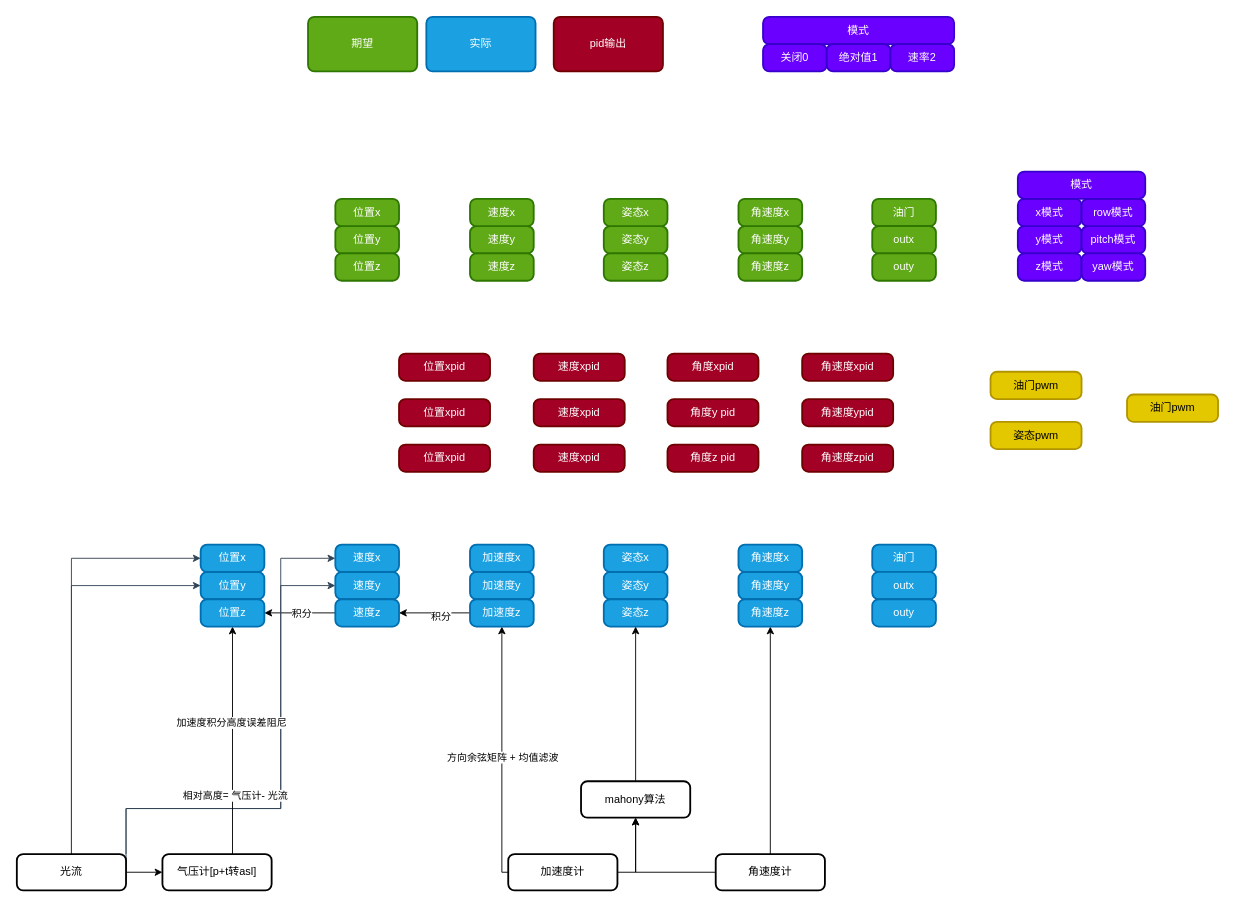
renxinlin/- keeps this draw.io diagram as fly.drawio. Above is the earlier version. Source tidied: cells renumbered, new cells numbered last; positions are measured from the earlier drawing's top-left corner, leaving out a move shared by most shapes. Both pictures are drawn from the tidied source at 91%, with x=0, y=0 at pixel (16, 16).
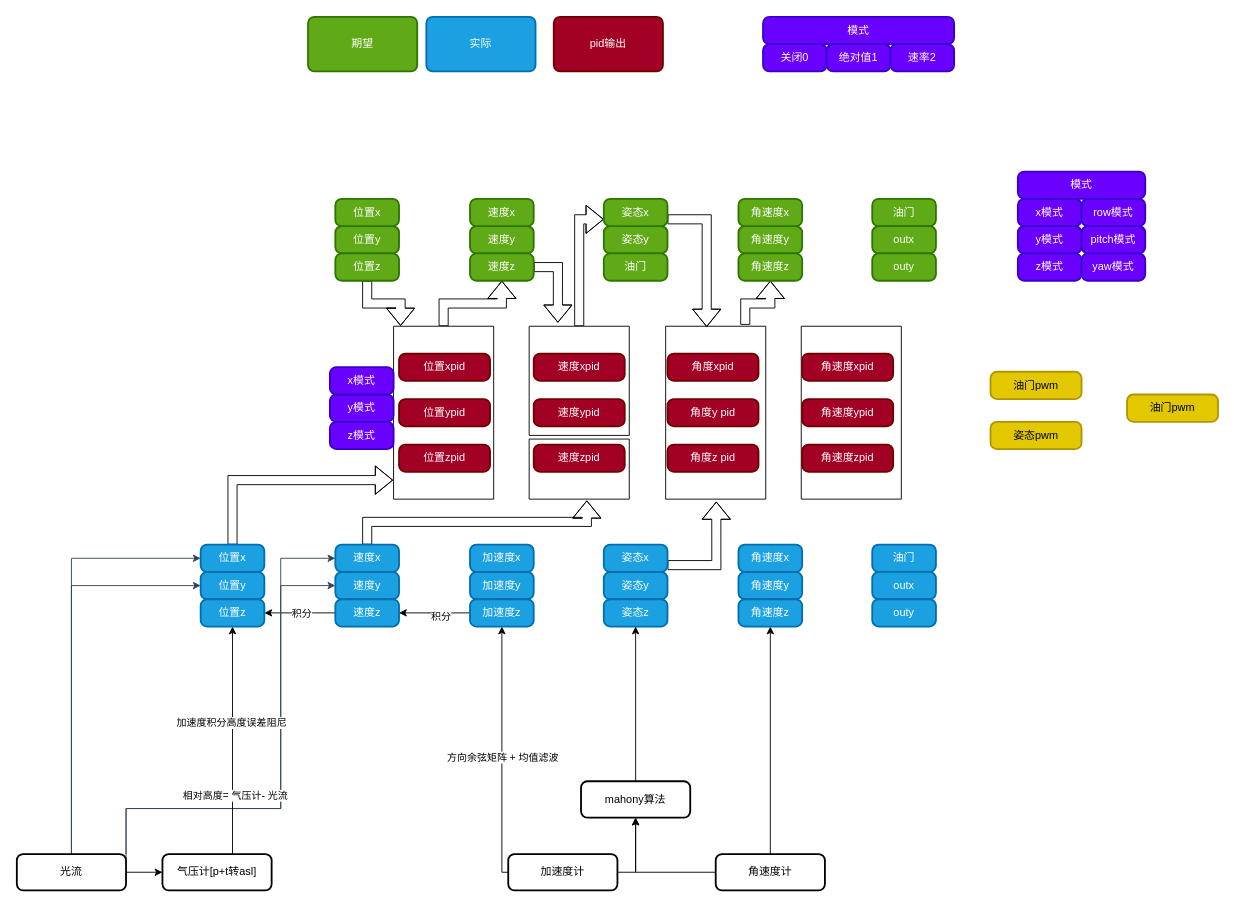
The same diagram, later.

The change refers to these unchanged cells:
```xml
<mxCell id="14" value="速度z" style="rounded=1;whiteSpace=wrap;html=1;absoluteArcSize=1;arcSize=14;strokeWidth=2;fillColor=#60a917;fontColor=#ffffff;strokeColor=#2D7600;" parent="1" vertex="1">
  <mxGeometry x="498" y="260" width="70" height="30" as="geometry" />
</mxCell>
<mxCell id="17" value="位置z" style="rounded=1;whiteSpace=wrap;html=1;absoluteArcSize=1;arcSize=14;strokeWidth=2;fillColor=#60a917;fontColor=#ffffff;strokeColor=#2D7600;" parent="1" vertex="1">
  <mxGeometry x="350" y="260" width="70" height="30" as="geometry" />
</mxCell>
<mxCell id="20" value="姿态x" style="rounded=1;whiteSpace=wrap;html=1;absoluteArcSize=1;arcSize=14;strokeWidth=2;fillColor=#60a917;fontColor=#ffffff;strokeColor=#2D7600;" parent="1" vertex="1">
  <mxGeometry x="645" y="200" width="70" height="30" as="geometry" />
</mxCell>
<mxCell id="22" value="角速度z" style="rounded=1;whiteSpace=wrap;html=1;absoluteArcSize=1;arcSize=14;strokeWidth=2;fillColor=#60a917;fontColor=#ffffff;strokeColor=#2D7600;" parent="1" vertex="1">
  <mxGeometry x="793" y="260" width="70" height="30" as="geometry" />
</mxCell>
<mxCell id="35" value="速度x" style="rounded=1;whiteSpace=wrap;html=1;absoluteArcSize=1;arcSize=14;strokeWidth=2;fillColor=#1ba1e2;fontColor=#ffffff;strokeColor=#006EAF;" parent="1" vertex="1">
  <mxGeometry x="350" y="580" width="70" height="30" as="geometry" />
</mxCell>
<mxCell id="38" value="姿态x" style="rounded=1;whiteSpace=wrap;html=1;absoluteArcSize=1;arcSize=14;strokeWidth=2;fillColor=#1ba1e2;fontColor=#ffffff;strokeColor=#006EAF;" parent="1" vertex="1">
  <mxGeometry x="645" y="580" width="70" height="30" as="geometry" />
</mxCell>
<mxCell id="59" value="位置x" style="rounded=1;whiteSpace=wrap;html=1;absoluteArcSize=1;arcSize=14;strokeWidth=2;fillColor=#1ba1e2;fontColor=#ffffff;strokeColor=#006EAF;" parent="1" vertex="1">
  <mxGeometry x="202" y="580" width="70" height="30" as="geometry" />
</mxCell>
```

What changed in the source:
```diff
@@
+    <mxCell id="87" style="verticalLabelPosition=bottom;verticalAlign=top;html=1;shape=mxgraph.basic.rect;fillColor2=none;strokeWidth=1;size=20;indent=5;" parent="1" vertex="1">
+      <mxGeometry x="563" y="464" width="110" height="66" as="geometry" />
+    </mxCell>
+    <mxCell id="88" style="edgeStyle=orthogonalEdgeStyle;shape=flexArrow;rounded=0;jettySize=auto;html=1;entryX=0.5;entryY=1;entryDx=0;entryDy=0;" parent="1" edge="1" source="89" target="14">
+      <mxGeometry relative="1" as="geometry" />
+    </mxCell>
+    <mxCell id="89" style="verticalLabelPosition=bottom;verticalAlign=top;html=1;shape=mxgraph.basic.rect;fillColor2=none;strokeWidth=1;size=20;indent=5;" parent="1" vertex="1">
+      <mxGeometry x="414" y="340" width="110" height="190" as="geometry" />
+    </mxCell>
+    <mxCell id="90" style="edgeStyle=orthogonalEdgeStyle;shape=flexArrow;rounded=0;jettySize=auto;html=1;entryX=0;entryY=0.75;entryDx=0;entryDy=0;" parent="1" edge="1" source="91" target="20">
+      <mxGeometry relative="1" as="geometry" />
+    </mxCell>
+    <mxCell id="91" style="verticalLabelPosition=bottom;verticalAlign=top;html=1;shape=mxgraph.basic.rect;fillColor2=none;strokeWidth=1;size=20;indent=5;" parent="1" vertex="1">
+      <mxGeometry x="563" y="340" width="110" height="120" as="geometry" />
+    </mxCell>
+    <mxCell id="92" style="edgeStyle=orthogonalEdgeStyle;shape=flexArrow;rounded=0;jettySize=auto;html=1;entryX=0.5;entryY=1;entryDx=0;entryDy=0;exitX=0.795;exitY=-0.008;exitDx=0;exitDy=0;exitPerimeter=0;" parent="1" edge="1" source="93" target="22">
+      <mxGeometry relative="1" as="geometry" />
+    </mxCell>
+    <mxCell id="93" style="verticalLabelPosition=bottom;verticalAlign=top;html=1;shape=mxgraph.basic.rect;fillColor2=none;strokeWidth=1;size=20;indent=5;" parent="1" vertex="1">
+      <mxGeometry x="713" y="340" width="110" height="190" as="geometry" />
+    </mxCell>
+    <mxCell id="94" style="verticalLabelPosition=bottom;verticalAlign=top;html=1;shape=mxgraph.basic.rect;fillColor2=none;strokeWidth=1;size=20;indent=5;" parent="1" vertex="1">
+      <mxGeometry x="862" y="340" width="110" height="190" as="geometry" />
+    </mxCell>
@@
+    <mxCell id="95" style="edgeStyle=orthogonalEdgeStyle;shape=flexArrow;rounded=0;jettySize=auto;html=1;exitX=1;exitY=0.5;exitDx=0;exitDy=0;entryX=0.287;entryY=-0.032;entryDx=0;entryDy=0;entryPerimeter=0;" parent="1" edge="1" source="14" target="91">
+      <mxGeometry relative="1" as="geometry" />
+    </mxCell>
@@
+    <mxCell id="96" style="edgeStyle=orthogonalEdgeStyle;shape=flexArrow;rounded=0;jettySize=auto;html=1;exitX=0.5;exitY=1;exitDx=0;exitDy=0;entryX=0.07;entryY=-0.002;entryDx=0;entryDy=0;entryPerimeter=0;" parent="1" edge="1" source="17" target="89">
+      <mxGeometry relative="1" as="geometry" />
+    </mxCell>
@@
-    <mxCell id="19" value="姿态z" style="rounded=1;whiteSpace=wrap;html=1;absoluteArcSize=1;arcSize=14;strokeWidth=2;fillColor=#60a917;fontColor=#ffffff;strokeColor=#2D7600;" parent="1" vertex="1">
+    <mxCell id="19" value="油门" style="rounded=1;whiteSpace=wrap;html=1;absoluteArcSize=1;arcSize=14;strokeWidth=2;fillColor=#60a917;fontColor=#ffffff;strokeColor=#2D7600;" parent="1" vertex="1">
       <mxGeometry x="645" y="260" width="70" height="30" as="geometry" />
     </mxCell>
+    <mxCell id="97" style="edgeStyle=orthogonalEdgeStyle;shape=flexArrow;rounded=0;jettySize=auto;html=1;exitX=1;exitY=0.75;exitDx=0;exitDy=0;entryX=0.41;entryY=0.004;entryDx=0;entryDy=0;entryPerimeter=0;" parent="1" edge="1" source="20" target="93">
+      <mxGeometry relative="1" as="geometry" />
+    </mxCell>
@@
+    <mxCell id="98" style="edgeStyle=orthogonalEdgeStyle;shape=flexArrow;rounded=0;jettySize=auto;html=1;exitX=0.5;exitY=0;exitDx=0;exitDy=0;entryX=0.576;entryY=1.021;entryDx=0;entryDy=0;entryPerimeter=0;" parent="1" edge="1" source="35" target="87">
+      <mxGeometry relative="1" as="geometry" />
+    </mxCell>
@@
+    <mxCell id="99" style="edgeStyle=orthogonalEdgeStyle;shape=flexArrow;rounded=0;jettySize=auto;html=1;exitX=1;exitY=0.75;exitDx=0;exitDy=0;entryX=0.506;entryY=1.014;entryDx=0;entryDy=0;entryPerimeter=0;" parent="1" edge="1" source="38" target="93">
+      <mxGeometry relative="1" as="geometry" />
+    </mxCell>
@@
+    <mxCell id="100" style="edgeStyle=orthogonalEdgeStyle;shape=flexArrow;rounded=0;jettySize=auto;html=1;exitX=0.5;exitY=0;exitDx=0;exitDy=0;entryX=-0.005;entryY=0.89;entryDx=0;entryDy=0;entryPerimeter=0;" parent="1" edge="1" source="59" target="89">
+      <mxGeometry relative="1" as="geometry" />
+    </mxCell>
@@
-    <mxCell id="68" value="位置xpid" style="rounded=1;whiteSpace=wrap;html=1;absoluteArcSize=1;arcSize=14;strokeWidth=2;fillColor=#a20025;fontColor=#ffffff;strokeColor=#6F0000;" parent="1" vertex="1">
+    <mxCell id="68" value="位置ypid" style="rounded=1;whiteSpace=wrap;html=1;absoluteArcSize=1;arcSize=14;strokeWidth=2;fillColor=#a20025;fontColor=#ffffff;strokeColor=#6F0000;" parent="1" vertex="1">
       <mxGeometry x="420" y="420" width="100" height="30" as="geometry" />
     </mxCell>
-    <mxCell id="69" value="位置xpid" style="rounded=1;whiteSpace=wrap;html=1;absoluteArcSize=1;arcSize=14;strokeWidth=2;fillColor=#a20025;fontColor=#ffffff;strokeColor=#6F0000;" parent="1" vertex="1">
+    <mxCell id="69" value="位置zpid" style="rounded=1;whiteSpace=wrap;html=1;absoluteArcSize=1;arcSize=14;strokeWidth=2;fillColor=#a20025;fontColor=#ffffff;strokeColor=#6F0000;" parent="1" vertex="1">
       <mxGeometry x="420" y="470" width="100" height="30" as="geometry" />
     </mxCell>
@@
-    <mxCell id="71" value="速度xpid" style="rounded=1;whiteSpace=wrap;html=1;absoluteArcSize=1;arcSize=14;strokeWidth=2;fillColor=#a20025;fontColor=#ffffff;strokeColor=#6F0000;" parent="1" vertex="1">
+    <mxCell id="71" value="速度ypid" style="rounded=1;whiteSpace=wrap;html=1;absoluteArcSize=1;arcSize=14;strokeWidth=2;fillColor=#a20025;fontColor=#ffffff;strokeColor=#6F0000;" parent="1" vertex="1">
       <mxGeometry x="568" y="420" width="100" height="30" as="geometry" />
     </mxCell>
-    <mxCell id="72" value="速度xpid" style="rounded=1;whiteSpace=wrap;html=1;absoluteArcSize=1;arcSize=14;strokeWidth=2;fillColor=#a20025;fontColor=#ffffff;strokeColor=#6F0000;" parent="1" vertex="1">
+    <mxCell id="72" value="速度zpid" style="rounded=1;whiteSpace=wrap;html=1;absoluteArcSize=1;arcSize=14;strokeWidth=2;fillColor=#a20025;fontColor=#ffffff;strokeColor=#6F0000;" parent="1" vertex="1">
       <mxGeometry x="568" y="470" width="100" height="30" as="geometry" />
     </mxCell>
@@
+    <mxCell id="101" value="y模式" style="rounded=1;whiteSpace=wrap;html=1;absoluteArcSize=1;arcSize=14;strokeWidth=2;fillColor=#6a00ff;fontColor=#ffffff;strokeColor=#3700CC;" parent="1" vertex="1">
+      <mxGeometry x="344" y="415" width="70" height="30" as="geometry" />
+    </mxCell>
+    <mxCell id="102" value="z模式" style="rounded=1;whiteSpace=wrap;html=1;absoluteArcSize=1;arcSize=14;strokeWidth=2;fillColor=#6a00ff;fontColor=#ffffff;strokeColor=#3700CC;" parent="1" vertex="1">
+      <mxGeometry x="344" y="445" width="70" height="30" as="geometry" />
+    </mxCell>
+    <mxCell id="103" value="x模式" style="rounded=1;whiteSpace=wrap;html=1;absoluteArcSize=1;arcSize=14;strokeWidth=2;fillColor=#6a00ff;fontColor=#ffffff;strokeColor=#3700CC;" parent="1" vertex="1">
+      <mxGeometry x="344" y="385" width="70" height="30" as="geometry" />
+    </mxCell>
```
